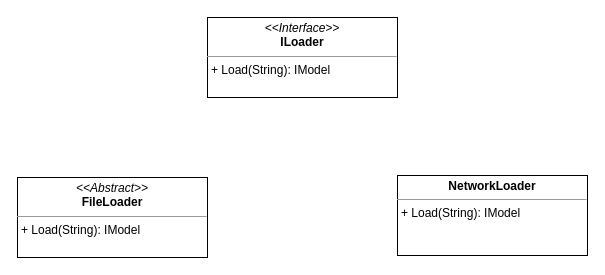
Above: module_2/Classes.drawio in SheinEA/gb_architect (draw.io), before the change. Source tidied: cells renumbered, new cells numbered last; positions are measured from the earlier drawing's top-left corner, leaving out a move shared by most shapes. Both pictures are drawn from the tidied source at 100%, with x=0, y=0 at pixel (17, 17).
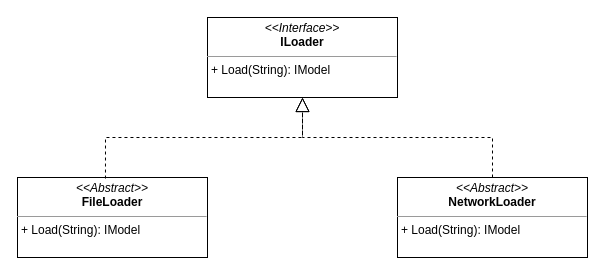
Above is the later version.

What changed in the source:
```diff
@@
 <mxGraphModel>
   <root>
     <mxCell id="0" />
     <mxCell id="1" parent="0" />
     <mxCell id="2" value="&lt;p style=&quot;margin: 0px ; margin-top: 4px ; text-align: center&quot;&gt;&lt;i&gt;&amp;lt;&amp;lt;Interface&amp;gt;&amp;gt;&lt;/i&gt;&lt;br&gt;&lt;b&gt;ILoader&lt;/b&gt;&lt;/p&gt;&lt;hr size=&quot;1&quot;&gt;&lt;p style=&quot;margin: 0px ; margin-left: 4px&quot;&gt;+ Load(String): IModel&lt;br&gt;&lt;/p&gt;" style="verticalAlign=top;align=left;overflow=fill;fontSize=12;fontFamily=Helvetica;html=1;" parent="1" vertex="1">
       <mxGeometry x="190" width="190" height="80" as="geometry" />
     </mxCell>
     <mxCell id="3" value="&lt;p style=&quot;margin: 0px ; margin-top: 4px ; text-align: center&quot;&gt;&lt;i&gt;&amp;lt;&amp;lt;Abstract&amp;gt;&amp;gt;&lt;/i&gt;&lt;br&gt;&lt;b&gt;FileLoader&lt;/b&gt;&lt;/p&gt;&lt;hr size=&quot;1&quot;&gt;&lt;p style=&quot;margin: 0px ; margin-left: 4px&quot;&gt;+ Load(String): IModel&lt;br&gt;&lt;/p&gt;" style="verticalAlign=top;align=left;overflow=fill;fontSize=12;fontFamily=Helvetica;html=1;" parent="1" vertex="1">
       <mxGeometry y="160" width="190" height="80" as="geometry" />
     </mxCell>
-    <mxCell id="4" value="&lt;p style=&quot;margin: 0px ; margin-top: 4px ; text-align: center&quot;&gt;&lt;b&gt;NetworkLoader&lt;/b&gt;&lt;/p&gt;&lt;hr size=&quot;1&quot;&gt;&lt;p style=&quot;margin: 0px ; margin-left: 4px&quot;&gt;+ Load(String): IModel&lt;br&gt;&lt;/p&gt;" style="verticalAlign=top;align=left;overflow=fill;fontSize=12;fontFamily=Helvetica;html=1;" parent="1" vertex="1">
-      <mxGeometry x="380" y="158" width="190" height="80" as="geometry" />
-    </mxCell>
+    <mxCell id="5" value="&lt;p style=&quot;margin: 0px ; margin-top: 4px ; text-align: center&quot;&gt;&lt;i&gt;&amp;lt;&amp;lt;Abstract&amp;gt;&amp;gt;&lt;/i&gt;&lt;br&gt;&lt;b&gt;NetworkLoader&lt;/b&gt;&lt;/p&gt;&lt;hr size=&quot;1&quot;&gt;&lt;p style=&quot;margin: 0px ; margin-left: 4px&quot;&gt;+ Load(String): IModel&lt;br&gt;&lt;/p&gt;" style="verticalAlign=top;align=left;overflow=fill;fontSize=12;fontFamily=Helvetica;html=1;" parent="1" vertex="1">
+      <mxGeometry x="380" y="160" width="190" height="80" as="geometry" />
+    </mxCell>
+    <mxCell id="6" style="endArrow=block;dashed=1;endFill=0;endSize=12;html=1;entryX=0.5;entryY=1;entryDx=0;entryDy=0;exitX=0.463;exitY=0.013;exitDx=0;exitDy=0;exitPerimeter=0;edgeStyle=orthogonalEdgeStyle;rounded=0;" parent="1" edge="1" source="3" target="2">
+      <mxGeometry relative="1" as="geometry" />
+    </mxCell>
+    <mxCell id="7" style="endArrow=block;dashed=1;endFill=0;endSize=12;html=1;exitX=0.5;exitY=0;exitDx=0;exitDy=0;edgeStyle=orthogonalEdgeStyle;rounded=0;" parent="1" edge="1" source="5" target="2">
+      <mxGeometry relative="1" as="geometry" />
+    </mxCell>
   </root>
 </mxGraphModel>
```
